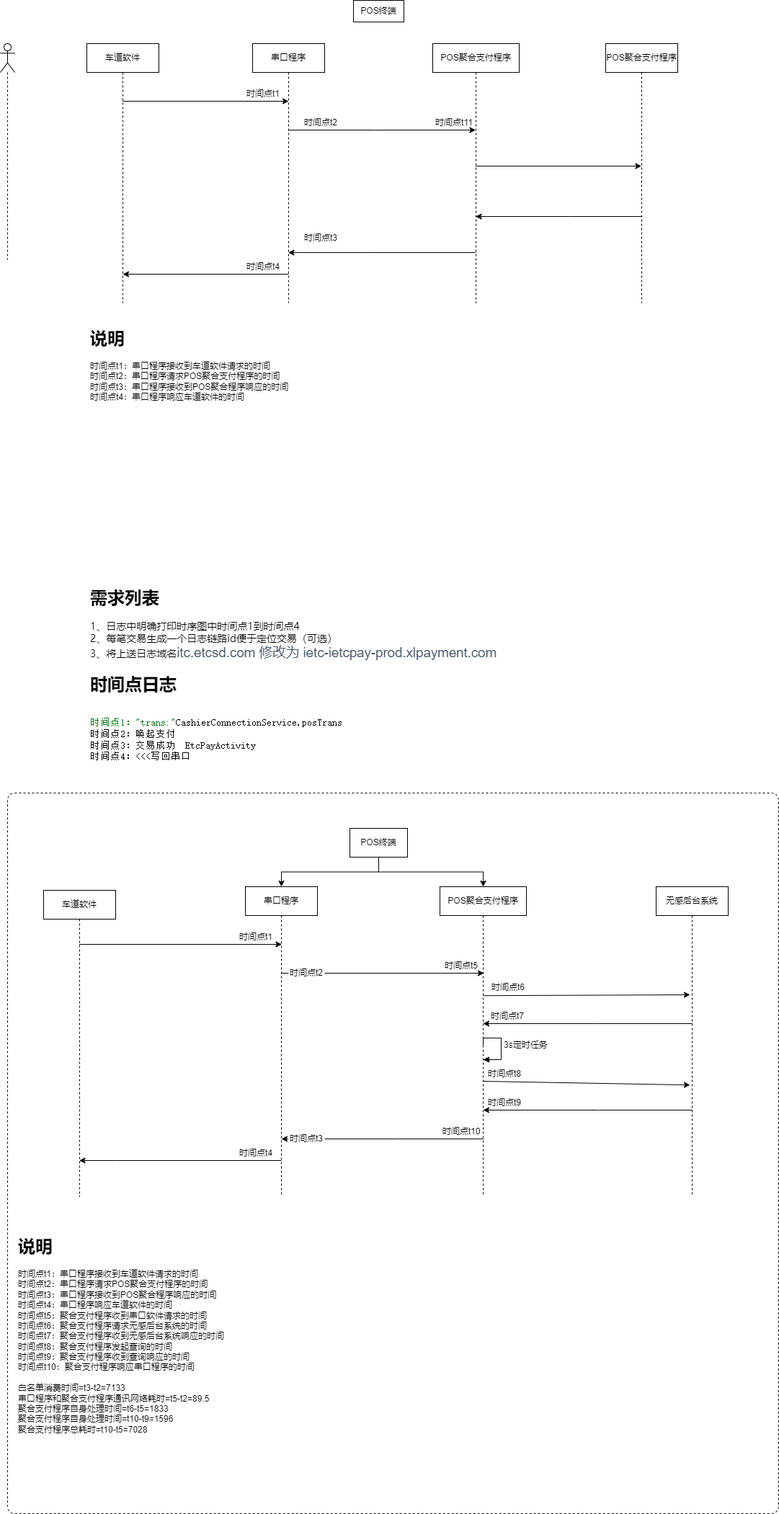
The draw.io diagram 无感支付1.png in songyibo2019/mydiagrams, before a commit. Source tidied: cells renumbered, new cells last; positions are measured from the earlier drawing's top-left corner, leaving out a move shared by most shapes.
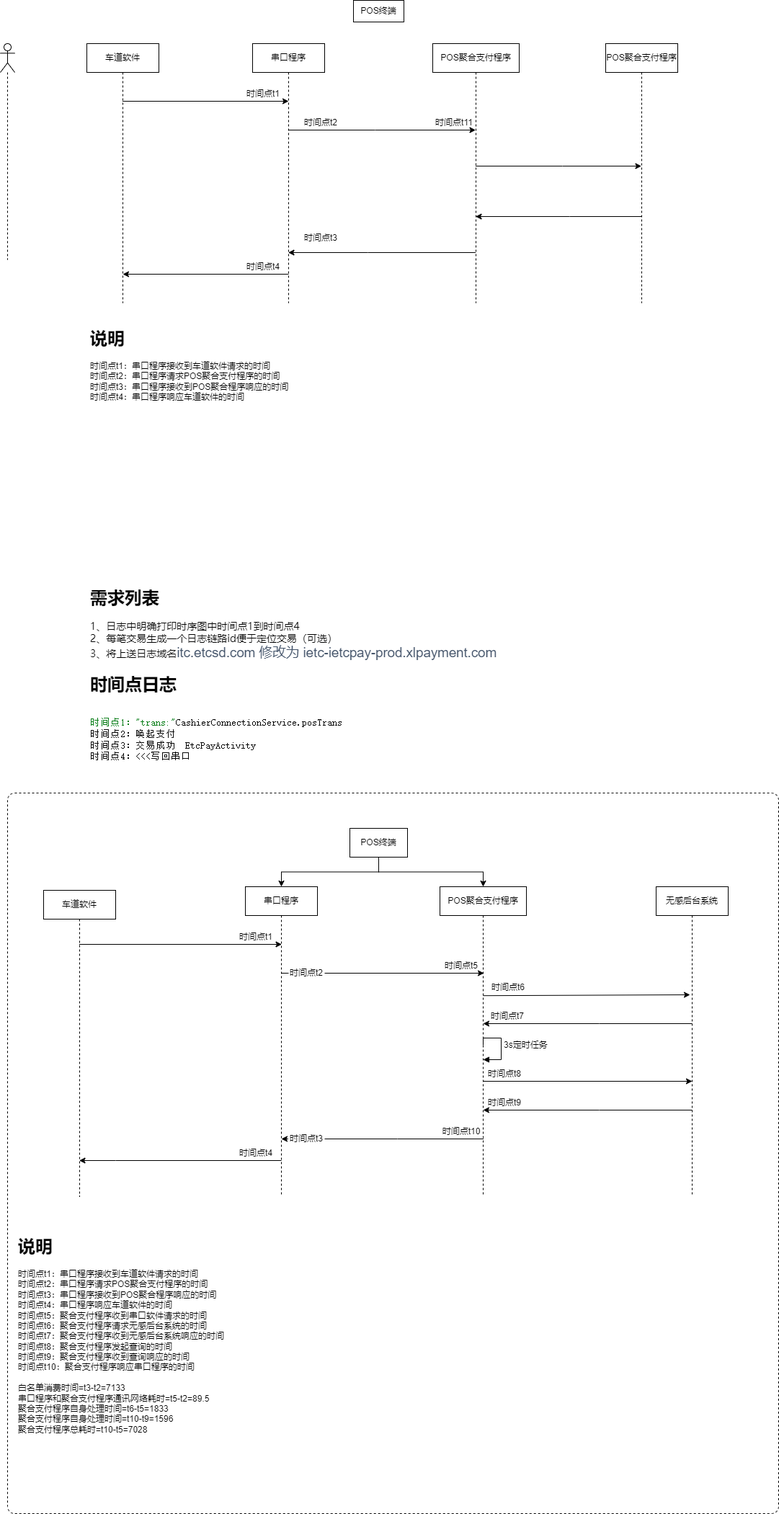
The same file after the commit.

Diff of the diagram source:
```diff
@@ -192,9 +192,10 @@
     <mxCell id="45" value="时间点t7" style="text;html=1;strokeColor=none;fillColor=none;align=center;verticalAlign=middle;whiteSpace=wrap;rounded=0;" parent="1" vertex="1">
       <mxGeometry x="680" y="1400" width="48" height="20" as="geometry" />
     </mxCell>
-    <mxCell id="46" style="endArrow=classic;html=1;rounded=0;entryX=0.47;entryY=0.64;entryDx=0;entryDy=0;entryPerimeter=0;" parent="1" edge="1" target="30">
+    <mxCell id="46" style="endArrow=classic;html=1;rounded=0;" parent="1" edge="1">
       <mxGeometry relative="1" as="geometry">
         <mxPoint x="670" y="1500" as="sourcePoint" />
+        <mxPoint x="960" y="1500" as="targetPoint" />
       </mxGeometry>
     </mxCell>
     <mxCell id="47" style="endArrow=classic;html=1;rounded=0;" parent="1" edge="1">
```
